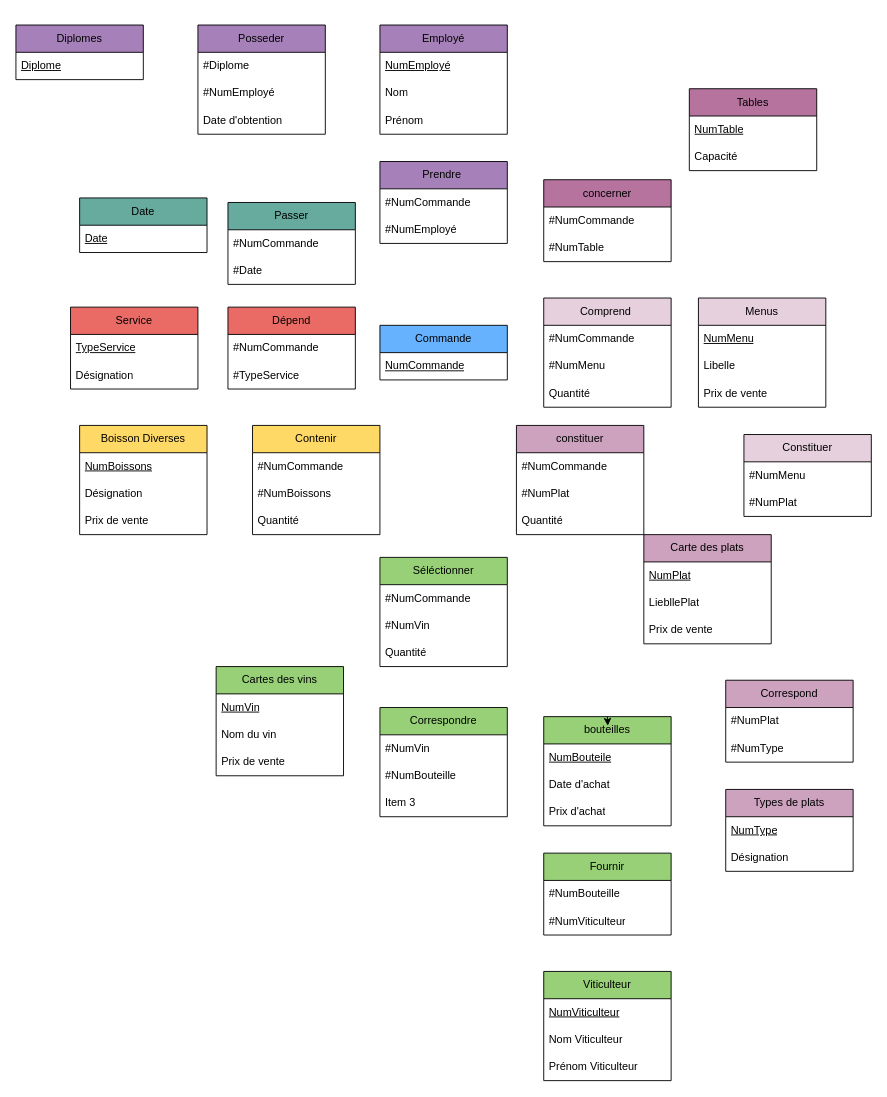
Above: cas pratique/cas pratique 1 Mercredi.drawio in FluXy899/Isitech-2223-B1-MDD-Virgile (draw.io), before the change. Source tidied: cells renumbered, new cells numbered last; positions are measured from the earlier drawing's top-left corner, leaving out a move shared by most shapes. Both pictures are drawn from the tidied source at 91%, with x=0, y=0 at pixel (15, 25).
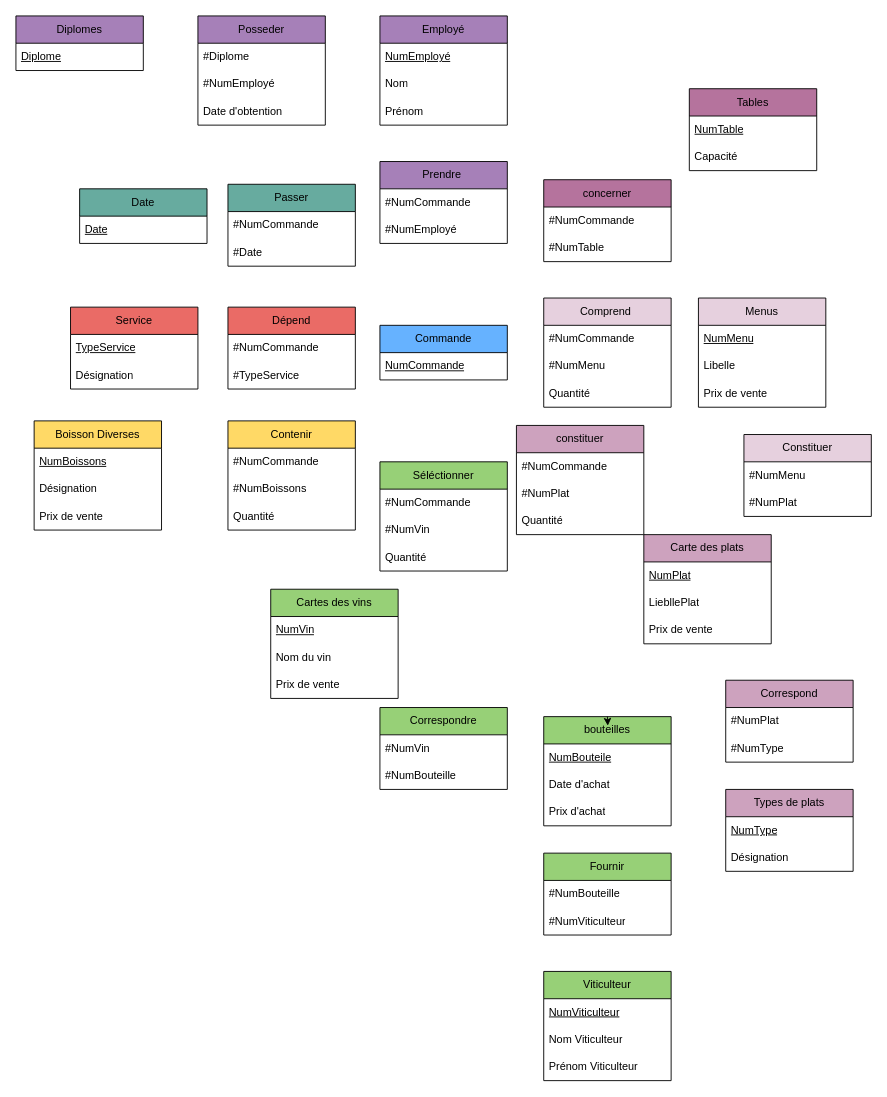
After the change.

What changed in the source:
```diff
@@
     <mxCell id="32" value="Employé" style="swimlane;fontStyle=0;horizontal=1;startSize=30;whiteSpace=wrap;html=1;fillColor=#A680B8;" parent="1" vertex="1">
-      <mxGeometry x="400" width="140" height="120" as="geometry" />
+      <mxGeometry x="400" y="-10" width="140" height="120" as="geometry" />
     </mxCell>
@@
     <mxCell id="42" value="Posseder" style="swimlane;fontStyle=0;horizontal=1;startSize=30;whiteSpace=wrap;html=1;fillColor=#A680B8;" parent="1" vertex="1">
-      <mxGeometry x="200" width="140" height="120" as="geometry" />
+      <mxGeometry x="200" y="-10" width="140" height="120" as="geometry" />
     </mxCell>
@@
     <mxCell id="46" value="Diplomes" style="swimlane;fontStyle=0;horizontal=1;startSize=30;whiteSpace=wrap;html=1;fillColor=#A680B8;" parent="1" vertex="1">
-      <mxGeometry width="140" height="60" as="geometry" />
+      <mxGeometry y="-10" width="140" height="60" as="geometry" />
     </mxCell>
@@
     <mxCell id="48" value="Passer" style="swimlane;fontStyle=0;horizontal=1;startSize=30;whiteSpace=wrap;html=1;fillColor=#67AB9F;" parent="1" vertex="1">
-      <mxGeometry x="233" y="195" width="140" height="90" as="geometry" />
+      <mxGeometry x="233" y="175" width="140" height="90" as="geometry" />
     </mxCell>
@@
     <mxCell id="51" value="Date" style="swimlane;fontStyle=0;horizontal=1;startSize=30;whiteSpace=wrap;html=1;fillColor=#67AB9F;" parent="1" vertex="1">
-      <mxGeometry x="70" y="190" width="140" height="60" as="geometry" />
+      <mxGeometry x="70" y="180" width="140" height="60" as="geometry" />
     </mxCell>
@@
     <mxCell id="59" value="Contenir" style="swimlane;fontStyle=0;horizontal=1;startSize=30;whiteSpace=wrap;html=1;fillColor=#FFD966;" parent="1" vertex="1">
-      <mxGeometry x="260" y="440" width="140" height="120" as="geometry" />
+      <mxGeometry x="233" y="435" width="140" height="120" as="geometry" />
     </mxCell>
@@
     <mxCell id="63" value="Boisson Diverses" style="swimlane;fontStyle=0;horizontal=1;startSize=30;whiteSpace=wrap;html=1;fillColor=#FFD966;" parent="1" vertex="1">
-      <mxGeometry x="70" y="440" width="140" height="120" as="geometry" />
+      <mxGeometry x="20" y="435" width="140" height="120" as="geometry" />
     </mxCell>
@@
     <mxCell id="67" value="Séléctionner" style="swimlane;fontStyle=0;horizontal=1;startSize=30;whiteSpace=wrap;html=1;fillColor=#97D077;" parent="1" vertex="1">
-      <mxGeometry x="400" y="585" width="140" height="120" as="geometry" />
+      <mxGeometry x="400" y="480" width="140" height="120" as="geometry" />
     </mxCell>
@@
     <mxCell id="71" value="Cartes des vins" style="swimlane;fontStyle=0;horizontal=1;startSize=30;whiteSpace=wrap;html=1;fillColor=#97D077;" parent="1" vertex="1">
-      <mxGeometry x="220" y="705" width="140" height="120" as="geometry" />
+      <mxGeometry x="280" y="620" width="140" height="120" as="geometry" />
     </mxCell>
@@
     <mxCell id="75" value="Correspondre" style="swimlane;fontStyle=0;horizontal=1;startSize=30;whiteSpace=wrap;html=1;fillColor=#97D077;" parent="1" vertex="1">
-      <mxGeometry x="400" y="750" width="140" height="120" as="geometry" />
+      <mxGeometry x="400" y="750" width="140" height="90" as="geometry" />
     </mxCell>
@@
-    <mxCell id="78" value="Item 3" style="text;strokeColor=none;fillColor=none;align=left;verticalAlign=middle;spacingLeft=4;spacingRight=4;overflow=hidden;whiteSpace=wrap;html=1;" parent="75" vertex="1">
-      <mxGeometry y="90" width="140" height="30" as="geometry" />
-    </mxCell>
```
